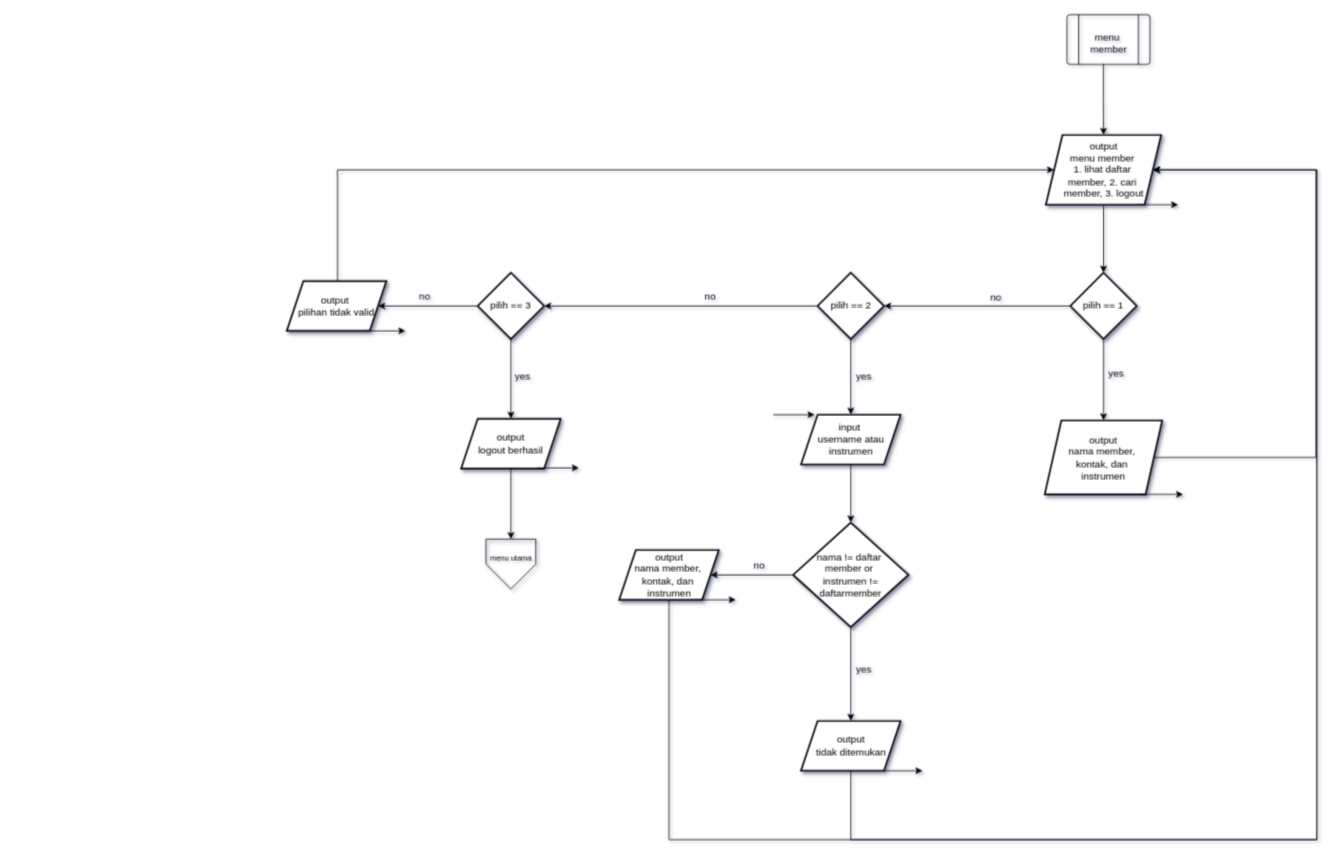
Before: page "member" (5 of 5) of Post-test/Post-test-apd-7/2509106078-Annisa-Nur-Raidah-PT-7.drawio in AnnisaNurRaidah/praktikum-apd, a draw.io diagram. Source tidied: cells renumbered, new cells numbered last; positions are measured from the earlier drawing's top-left corner, leaving out a move shared by most shapes. Both pictures are drawn from the tidied source at 83%, with x=0, y=0 at pixel (286, 14).
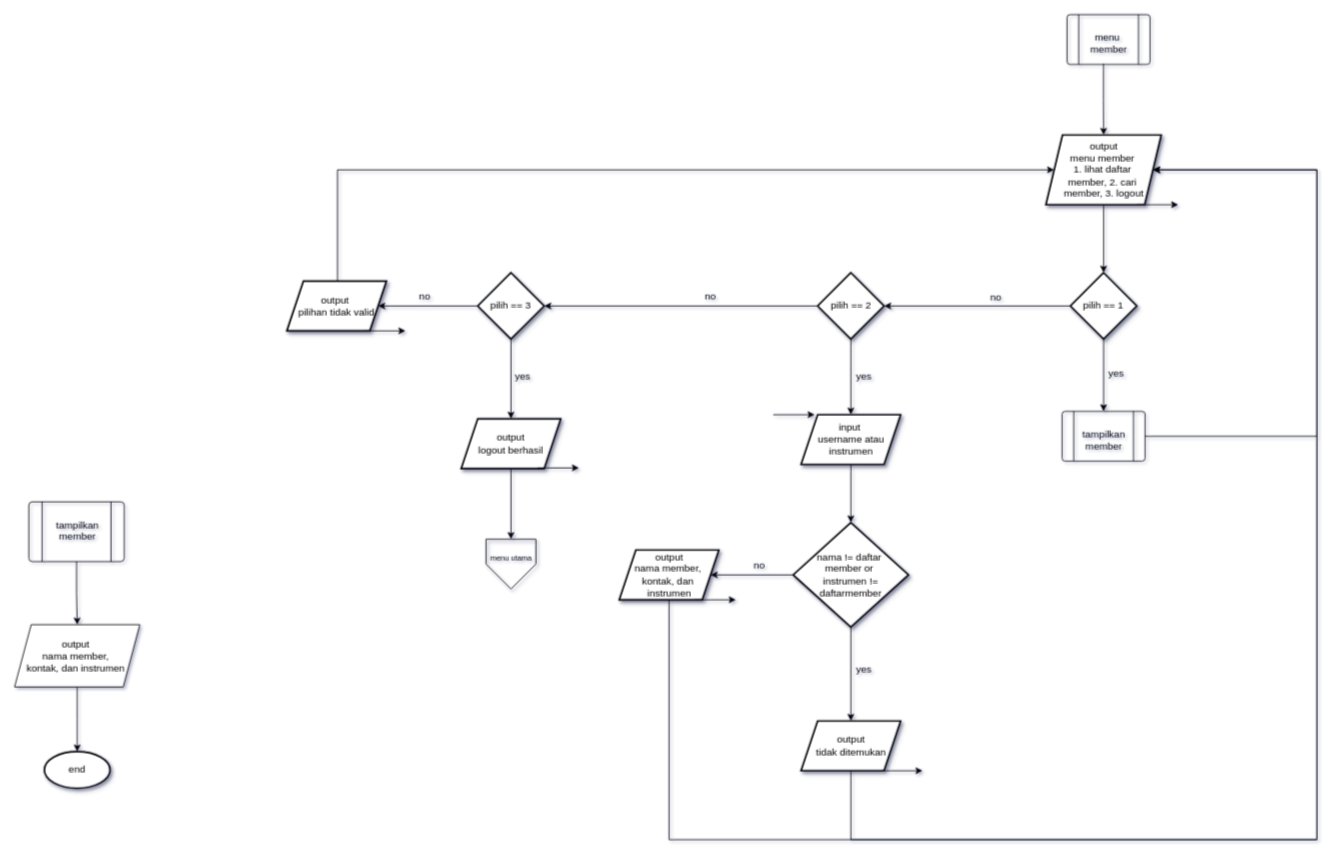
After the change.

The change refers to these unchanged cells:
```xml
<mxCell id="4" value="output&lt;div&gt;menu member&amp;nbsp;&lt;/div&gt;&lt;div&gt;1. lihat daftar&amp;nbsp;&lt;/div&gt;&lt;div&gt;member, 2. cari&amp;nbsp;&lt;/div&gt;&lt;div&gt;member,&amp;nbsp;&lt;span style=&quot;background-color: transparent;&quot;&gt;3. logout&lt;/span&gt;&lt;/div&gt;" style="shape=parallelogram;perimeter=parallelogramPerimeter;whiteSpace=wrap;html=1;fixedSize=1;fillColor=light-dark(#FFFFFF,#FFFFFF);strokeColor=light-dark(#000000,#000000);fontColor=light-dark(#000000,#000000);strokeWidth=2;shadow=1;" parent="1" vertex="1">
  <mxGeometry x="914.5" y="145" width="139" height="84" as="geometry" />
</mxCell>
<mxCell id="7" value="pilih == 1" style="rhombus;whiteSpace=wrap;html=1;fillColor=light-dark(#FFFFFF,#FFFFFF);strokeColor=light-dark(#000000,#000000);fontColor=light-dark(#000000,#000000);strokeWidth=2;shadow=1;" parent="1" vertex="1">
  <mxGeometry x="944" y="311" width="80" height="80" as="geometry" />
</mxCell>
```

Diff of the diagram source:
```diff
@@
-    <mxCell id="5" style="edgeStyle=orthogonalEdgeStyle;shape=connector;rounded=0;jettySize=auto;html=1;strokeColor=light-dark(#000000,#000000);align=center;verticalAlign=middle;fontFamily=Helvetica;fontSize=11;fontColor=default;labelBackgroundColor=default;endArrow=classic;" parent="1" edge="1" source="7" target="9">
+    <mxCell id="5" style="edgeStyle=orthogonalEdgeStyle;shape=connector;rounded=0;jettySize=auto;html=1;strokeColor=light-dark(#000000,#000000);align=center;verticalAlign=middle;fontFamily=Helvetica;fontSize=11;fontColor=default;labelBackgroundColor=default;endArrow=classic;" parent="1" edge="1" source="7" target="49">
       <mxGeometry relative="1" as="geometry" />
     </mxCell>
@@
-    <mxCell id="8" style="edgeStyle=orthogonalEdgeStyle;shape=connector;rounded=0;jettySize=auto;html=1;exitX=1;exitY=0.5;exitDx=0;exitDy=0;strokeColor=light-dark(#000000,#000000);align=center;verticalAlign=middle;fontFamily=Helvetica;fontSize=11;fontColor=default;labelBackgroundColor=default;endArrow=classic;" parent="1" edge="1" source="9" target="4">
-      <mxGeometry relative="1" as="geometry">
-        <Array as="points">
-          <mxPoint x="1240" y="534" />
-          <mxPoint x="1240" y="187" />
-        </Array>
-      </mxGeometry>
-    </mxCell>
-    <mxCell id="9" value="&lt;div&gt;output&lt;div&gt;nama member,&amp;nbsp;&lt;/div&gt;&lt;div&gt;kontak, dan&amp;nbsp;&lt;/div&gt;&lt;div&gt;instrumen&lt;/div&gt;&lt;/div&gt;" style="shape=parallelogram;perimeter=parallelogramPerimeter;whiteSpace=wrap;html=1;fixedSize=1;fillColor=light-dark(#FFFFFF,#FFFFFF);strokeColor=light-dark(#000000,#000000);fontColor=light-dark(#000000,#000000);strokeWidth=2;shadow=1;" parent="1" vertex="1">
-      <mxGeometry x="913.2" y="489" width="141.5" height="89" as="geometry" />
-    </mxCell>
@@
-    <mxCell id="43" style="edgeStyle=orthogonalEdgeStyle;rounded=0;orthogonalLoop=1;jettySize=auto;html=1;fontFamily=Helvetica;fontSize=12;fontColor=default;strokeColor=light-dark(#000000,#000000);" parent="1" edge="1">
-      <mxGeometry relative="1" as="geometry">
-        <mxPoint x="1030" y="578" as="sourcePoint" />
-        <mxPoint x="1080" y="578" as="targetPoint" />
-        <Array as="points">
-          <mxPoint x="1080" y="577.7" />
-        </Array>
-      </mxGeometry>
-    </mxCell>
@@
+    <mxCell id="48" style="edgeStyle=orthogonalEdgeStyle;shape=connector;rounded=0;jettySize=auto;html=1;exitX=1;exitY=0.5;exitDx=0;exitDy=0;strokeColor=light-dark(#000000,#000000);align=center;verticalAlign=middle;fontFamily=Helvetica;fontSize=11;fontColor=light-dark(#000000,#000000);labelBackgroundColor=none;endArrow=classic;" parent="1" edge="1" source="49" target="4">
+      <mxGeometry relative="1" as="geometry">
+        <Array as="points">
+          <mxPoint x="1241" y="508" />
+          <mxPoint x="1241" y="187" />
+        </Array>
+      </mxGeometry>
+    </mxCell>
+    <mxCell id="49" style="verticalLabelPosition=bottom;verticalAlign=top;html=1;shape=process;whiteSpace=wrap;rounded=1;size=0.14;arcSize=6;fontFamily=Helvetica;fontSize=11;fontColor=light-dark(#000000,#000000);labelBackgroundColor=none;fillColor=none;strokeColor=light-dark(#000000,#000000);" parent="1" vertex="1">
+      <mxGeometry x="934" y="478" width="100" height="60" as="geometry" />
+    </mxCell>
+    <mxCell id="50" value="tampilkan member" style="text;fontFamily=Helvetica;fontSize=12;fontColor=light-dark(#000000,#000000);whiteSpace=wrap;align=center;" parent="1" vertex="1">
+      <mxGeometry x="946.5" y="492" width="75" height="32" as="geometry" />
+    </mxCell>
+    <mxCell id="51" style="verticalLabelPosition=bottom;verticalAlign=top;html=1;shape=process;whiteSpace=wrap;rounded=1;size=0.14;arcSize=6;fontFamily=Helvetica;fontSize=11;fontColor=light-dark(#000000,#000000);labelBackgroundColor=none;fillColor=none;strokeColor=light-dark(#000000,#000000);" parent="1" vertex="1">
+      <mxGeometry x="-310.9" y="587" width="115" height="72" as="geometry" />
+    </mxCell>
+    <mxCell id="52" style="edgeStyle=orthogonalEdgeStyle;rounded=0;jettySize=auto;html=1;strokeColor=light-dark(#000000,#000000);labelBackgroundColor=none;fontColor=light-dark(#000000,#000000);" parent="1" edge="1" source="51" target="9">
+      <mxGeometry relative="1" as="geometry" />
+    </mxCell>
+    <mxCell id="53" value="tampilkan&#10;member" style="text;fontFamily=Helvetica;fontSize=12;fontColor=light-dark(#000000,#000000);whiteSpace=wrap;align=center;" parent="1" vertex="1">
+      <mxGeometry x="-298.4" y="601" width="91.5" height="44" as="geometry" />
+    </mxCell>
+    <mxCell id="54" style="edgeStyle=orthogonalEdgeStyle;rounded=0;jettySize=auto;html=1;fontFamily=Helvetica;fontSize=12;fontColor=light-dark(#000000,#000000);labelBackgroundColor=none;strokeColor=light-dark(#000000,#000000);" parent="1" edge="1" source="9" target="55">
+      <mxGeometry relative="1" as="geometry" />
+    </mxCell>
+    <mxCell id="9" value="output&amp;nbsp;&lt;div&gt;nama member,&amp;nbsp;&lt;/div&gt;&lt;div&gt;kontak, dan instrumen&amp;nbsp;&lt;/div&gt;" style="shape=parallelogram;perimeter=parallelogramPerimeter;whiteSpace=wrap;html=1;fixedSize=1;labelBackgroundColor=none;fillColor=light-dark(#FFFFFF,#FFFFFF);strokeColor=light-dark(#000000,#000000);fontColor=light-dark(#000000,#000000);" parent="1" vertex="1">
+      <mxGeometry x="-328" y="735" width="150.8" height="75" as="geometry" />
+    </mxCell>
+    <mxCell id="55" value="end" style="strokeWidth=2;html=1;shape=mxgraph.flowchart.start_1;whiteSpace=wrap;shadow=1;strokeColor=light-dark(#000000,#000000);align=center;verticalAlign=middle;fontFamily=Helvetica;fontSize=12;fontColor=light-dark(#000000,#000000);labelBackgroundColor=none;fillColor=light-dark(#FFFFFF,#FFFFFF);" parent="1" vertex="1">
+      <mxGeometry x="-292.1" y="888" width="79" height="44" as="geometry" />
+    </mxCell>
```
